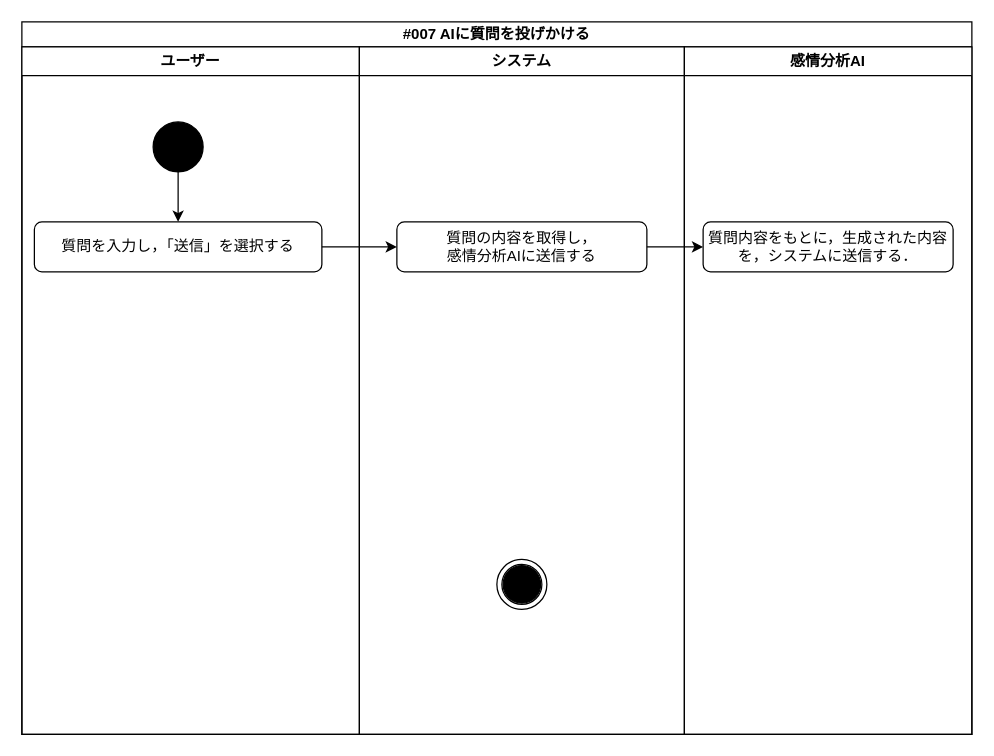
Above: spec/activity/#007.drawio in ut42univ/EmoDialog (draw.io), before the change. Source tidied: cells renumbered, new cells numbered last; positions are measured from the earlier drawing's top-left corner, leaving out a move shared by most shapes. Both pictures are drawn from the tidied source at 125%, with x=0, y=0 at pixel (21, 21).
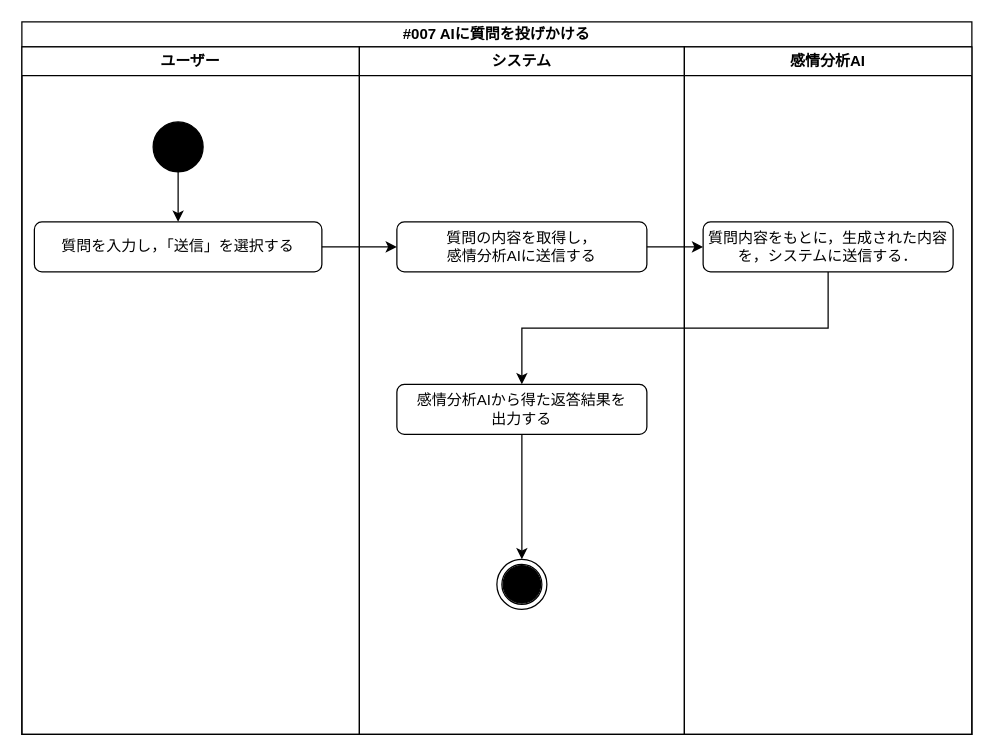
The same diagram, later.

The change refers to these unchanged cells:
```xml
<mxCell id="2" value="#007 AIに質問を投げかける" style="swimlane;whiteSpace=wrap;html=1;swimlaneLine=1;startSize=20;rounded=0;" parent="1" vertex="1">
  <mxGeometry width="760" height="570" as="geometry" />
</mxCell>
<mxCell id="7" value="システム" style="swimlane;whiteSpace=wrap;html=1;" parent="2" vertex="1">
  <mxGeometry x="270" y="20" width="260" height="550" as="geometry" />
</mxCell>
<mxCell id="11" style="ellipse;shape=doubleEllipse;whiteSpace=wrap;html=1;rounded=0;fillColor=none;" parent="10" vertex="1">
  <mxGeometry width="40" height="40" as="geometry" />
</mxCell>
<mxCell id="15" value="質問内容をもとに，生成された内容を，システムに送信する．" style="rounded=1;whiteSpace=wrap;html=1;fillColor=none;" parent="14" vertex="1">
  <mxGeometry x="15" y="140" width="200" height="40" as="geometry" />
</mxCell>
```

What changed in the source:
```diff
@@
+    <mxCell id="18" style="edgeStyle=orthogonalEdgeStyle;rounded=0;html=1;exitX=0.5;exitY=1;exitDx=0;exitDy=0;entryX=0.5;entryY=0;entryDx=0;entryDy=0;" parent="7" edge="1" source="19" target="11">
+      <mxGeometry relative="1" as="geometry" />
+    </mxCell>
+    <mxCell id="19" value="感情分析AIから得た返答結果を&lt;br&gt;出力する" style="rounded=1;whiteSpace=wrap;html=1;fillColor=none;" parent="7" vertex="1">
+      <mxGeometry x="30" y="270" width="200" height="40" as="geometry" />
+    </mxCell>
@@
+    <mxCell id="20" style="edgeStyle=orthogonalEdgeStyle;html=1;exitX=0.5;exitY=1;exitDx=0;exitDy=0;entryX=0.5;entryY=0;entryDx=0;entryDy=0;rounded=0;" parent="2" edge="1" source="15" target="19">
+      <mxGeometry relative="1" as="geometry" />
+    </mxCell>
```
